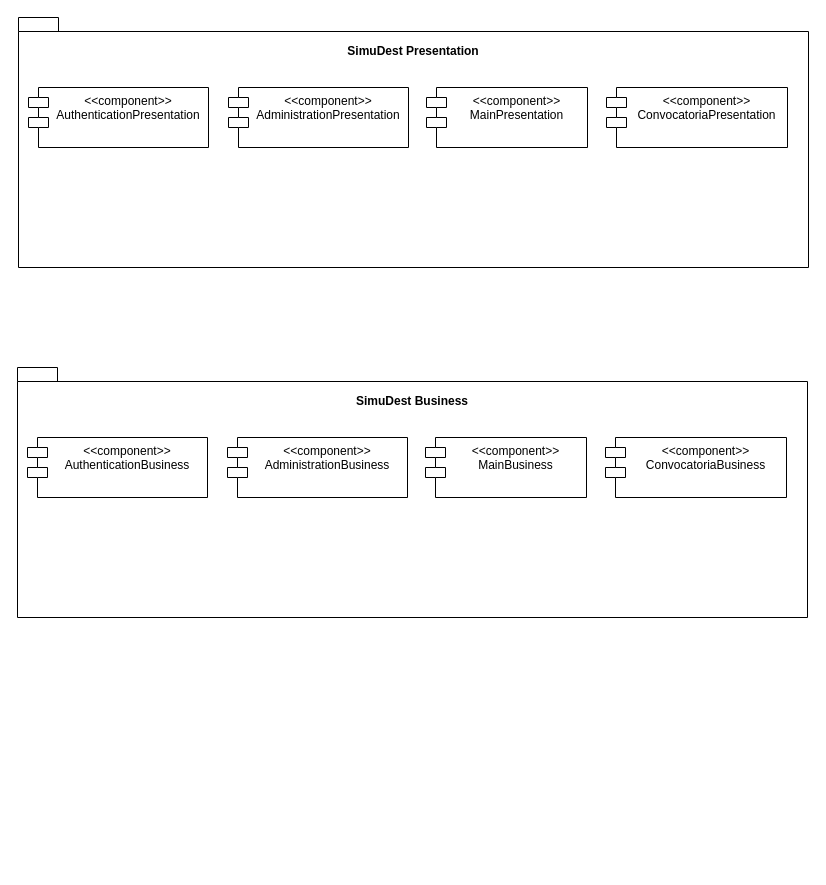
The draw.io diagram diagramas/arquitectura/DiagramaArquitectura.drawio in Castillo82/simuladordestinos, before the edit. Source tidied: cells renumbered, new cells numbered last; positions are measured from the earlier drawing's top-left corner, leaving out a move shared by most shapes. Both pictures are drawn from the tidied source at 100%, with x=0, y=0 at pixel (17, 17).
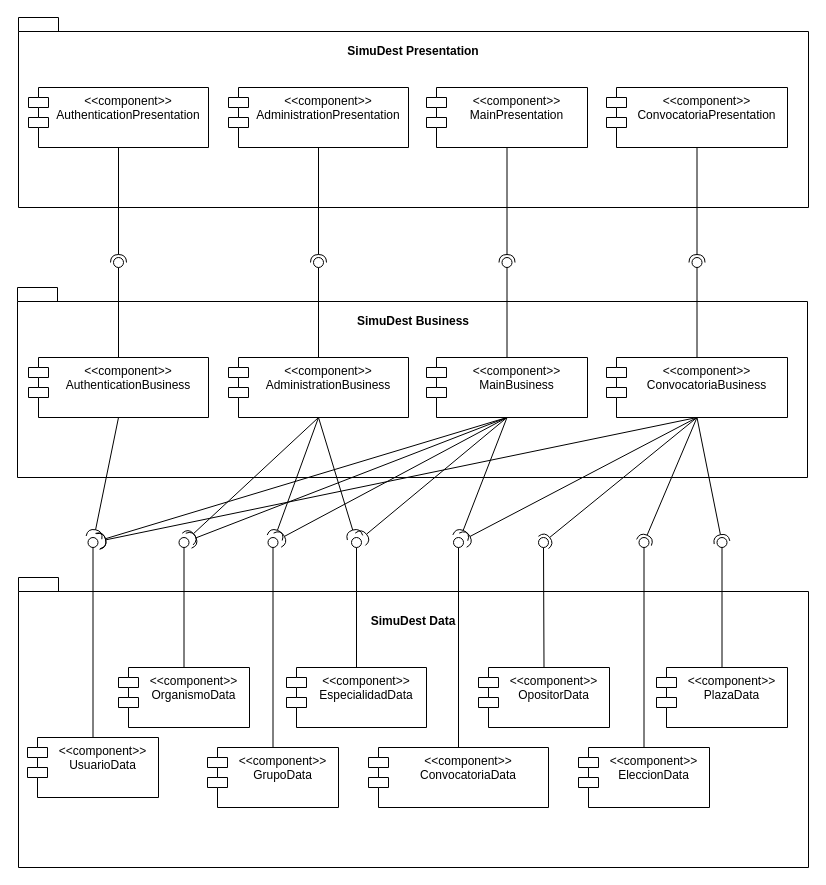
Above is the later version.

The change refers to these unchanged cells:
```xml
<mxCell id="3" value="&lt;&lt;component&gt;&gt;&#10;AuthenticationPresentation&#10;" style="shape=module;align=left;spacingLeft=20;align=center;verticalAlign=top;" parent="1" vertex="1">
  <mxGeometry x="11" y="70" width="180" height="60" as="geometry" />
</mxCell>
<mxCell id="5" value="&lt;&lt;component&gt;&gt;&#10;AdministrationPresentation&#10;" style="shape=module;align=left;spacingLeft=20;align=center;verticalAlign=top;" parent="1" vertex="1">
  <mxGeometry x="211" y="70" width="180" height="60" as="geometry" />
</mxCell>
<mxCell id="6" value="&lt;&lt;component&gt;&gt;&#10;MainPresentation&#10;" style="shape=module;align=left;spacingLeft=20;align=center;verticalAlign=top;" parent="1" vertex="1">
  <mxGeometry x="409" y="70" width="161" height="60" as="geometry" />
</mxCell>
<mxCell id="7" value="&lt;&lt;component&gt;&gt;&#10;ConvocatoriaPresentation&#10;" style="shape=module;align=left;spacingLeft=20;align=center;verticalAlign=top;" parent="1" vertex="1">
  <mxGeometry x="589" y="70" width="181" height="60" as="geometry" />
</mxCell>
```

Diff of the diagram source:
```diff
@@
     <mxCell id="2" value="&lt;div&gt;&lt;br&gt;&lt;/div&gt;&lt;div&gt;&lt;br&gt;&lt;/div&gt;" style="shape=folder;fontStyle=1;spacingTop=10;tabWidth=40;tabHeight=14;tabPosition=left;html=1;" parent="1" vertex="1">
-      <mxGeometry x="1" width="790" height="250" as="geometry" />
+      <mxGeometry x="1" width="790" height="190" as="geometry" />
     </mxCell>
@@
     <mxCell id="8" value="&lt;div&gt;&lt;br&gt;&lt;/div&gt;&lt;div&gt;&lt;br&gt;&lt;/div&gt;" style="shape=folder;fontStyle=1;spacingTop=10;tabWidth=40;tabHeight=14;tabPosition=left;html=1;" parent="1" vertex="1">
-      <mxGeometry y="350" width="790" height="250" as="geometry" />
+      <mxGeometry y="270" width="790" height="190" as="geometry" />
     </mxCell>
     <mxCell id="9" value="&lt;&lt;component&gt;&gt;&#10;AuthenticationBusiness&#10;" style="shape=module;align=left;spacingLeft=20;align=center;verticalAlign=top;" parent="1" vertex="1">
-      <mxGeometry x="10" y="420" width="180" height="60" as="geometry" />
+      <mxGeometry x="11" y="340" width="180" height="60" as="geometry" />
     </mxCell>
     <mxCell id="10" value="SimuDest Business" style="text;align=center;fontStyle=1;verticalAlign=middle;spacingLeft=3;spacingRight=3;strokeColor=none;" parent="1" vertex="1">
-      <mxGeometry x="355" y="370" width="80" height="26" as="geometry" />
+      <mxGeometry x="356" y="290" width="80" height="26" as="geometry" />
     </mxCell>
     <mxCell id="11" value="&lt;&lt;component&gt;&gt;&#10;AdministrationBusiness&#10;" style="shape=module;align=left;spacingLeft=20;align=center;verticalAlign=top;" parent="1" vertex="1">
-      <mxGeometry x="210" y="420" width="180" height="60" as="geometry" />
+      <mxGeometry x="211" y="340" width="180" height="60" as="geometry" />
     </mxCell>
     <mxCell id="12" value="&lt;&lt;component&gt;&gt;&#10;MainBusiness&#10;" style="shape=module;align=left;spacingLeft=20;align=center;verticalAlign=top;" parent="1" vertex="1">
-      <mxGeometry x="408" y="420" width="161" height="60" as="geometry" />
+      <mxGeometry x="409" y="340" width="161" height="60" as="geometry" />
     </mxCell>
     <mxCell id="13" value="&lt;&lt;component&gt;&gt;&#10;ConvocatoriaBusiness&#10;" style="shape=module;align=left;spacingLeft=20;align=center;verticalAlign=top;" parent="1" vertex="1">
-      <mxGeometry x="588" y="420" width="181" height="60" as="geometry" />
+      <mxGeometry x="589" y="340" width="181" height="60" as="geometry" />
     </mxCell>
+    <mxCell id="14" value="&lt;div&gt;&lt;br&gt;&lt;/div&gt;&lt;div&gt;&lt;br&gt;&lt;/div&gt;" style="shape=folder;fontStyle=1;spacingTop=10;tabWidth=40;tabHeight=14;tabPosition=left;html=1;" parent="1" vertex="1">
+      <mxGeometry x="1" y="560" width="790" height="290" as="geometry" />
+    </mxCell>
+    <mxCell id="15" value="&lt;&lt;component&gt;&gt;&#10;ConvocatoriaData&#10;" style="shape=module;align=left;spacingLeft=20;align=center;verticalAlign=top;" parent="1" vertex="1">
+      <mxGeometry x="351" y="730" width="180" height="60" as="geometry" />
+    </mxCell>
+    <mxCell id="16" value="SimuDest Data" style="text;align=center;fontStyle=1;verticalAlign=middle;spacingLeft=3;spacingRight=3;strokeColor=none;" parent="1" vertex="1">
+      <mxGeometry x="356" y="590" width="80" height="26" as="geometry" />
+    </mxCell>
+    <mxCell id="17" value="&lt;&lt;component&gt;&gt;&#10;UsuarioData&#10;" style="shape=module;align=left;spacingLeft=20;align=center;verticalAlign=top;" parent="1" vertex="1">
+      <mxGeometry x="10" y="720" width="131" height="60" as="geometry" />
+    </mxCell>
+    <mxCell id="18" value="&lt;&lt;component&gt;&gt;&#10;GrupoData&#10;" style="shape=module;align=left;spacingLeft=20;align=center;verticalAlign=top;" parent="1" vertex="1">
+      <mxGeometry x="190" y="730" width="131" height="60" as="geometry" />
+    </mxCell>
+    <mxCell id="19" value="&lt;&lt;component&gt;&gt;&#10;OrganismoData&#10;" style="shape=module;align=left;spacingLeft=20;align=center;verticalAlign=top;" parent="1" vertex="1">
+      <mxGeometry x="101" y="650" width="131" height="60" as="geometry" />
+    </mxCell>
+    <mxCell id="20" value="&lt;&lt;component&gt;&gt;&#10;EspecialidadData&#10;" style="shape=module;align=left;spacingLeft=20;align=center;verticalAlign=top;" parent="1" vertex="1">
+      <mxGeometry x="269" y="650" width="140" height="60" as="geometry" />
+    </mxCell>
+    <mxCell id="21" value="&lt;&lt;component&gt;&gt;&#10;OpositorData&#10;" style="shape=module;align=left;spacingLeft=20;align=center;verticalAlign=top;" parent="1" vertex="1">
+      <mxGeometry x="461" y="650" width="131" height="60" as="geometry" />
+    </mxCell>
+    <mxCell id="22" value="&lt;&lt;component&gt;&gt;&#10;EleccionData&#10;" style="shape=module;align=left;spacingLeft=20;align=center;verticalAlign=top;" parent="1" vertex="1">
+      <mxGeometry x="561" y="730" width="131" height="60" as="geometry" />
+    </mxCell>
+    <mxCell id="23" value="&lt;&lt;component&gt;&gt;&#10;PlazaData&#10;" style="shape=module;align=left;spacingLeft=20;align=center;verticalAlign=top;" parent="1" vertex="1">
+      <mxGeometry x="639" y="650" width="131" height="60" as="geometry" />
+    </mxCell>
+    <mxCell id="24" style="rounded=0;jettySize=auto;html=1;endArrow=none;endFill=0;sketch=0;sourcePerimeterSpacing=0;targetPerimeterSpacing=0;exitX=0.5;exitY=0;exitDx=0;exitDy=0;" parent="1" edge="1" source="9" target="26">
+      <mxGeometry relative="1" as="geometry" />
+    </mxCell>
+    <mxCell id="25" style="rounded=0;jettySize=auto;html=1;endArrow=halfCircle;endFill=0;entryX=0.5;entryY=0.5;endSize=6;strokeWidth=1;sketch=0;exitX=0.5;exitY=1;exitDx=0;exitDy=0;" parent="1" edge="1" source="3" target="26">
+      <mxGeometry relative="1" as="geometry" />
+    </mxCell>
+    <mxCell id="26" style="ellipse;whiteSpace=wrap;html=1;align=center;points=[];outlineConnect=0;sketch=0;" parent="1" vertex="1">
+      <mxGeometry x="96" y="240" width="10" height="10" as="geometry" />
+    </mxCell>
+    <mxCell id="27" style="rounded=0;jettySize=auto;html=1;endArrow=none;endFill=0;sketch=0;sourcePerimeterSpacing=0;targetPerimeterSpacing=0;exitX=0.5;exitY=0;exitDx=0;exitDy=0;" parent="1" edge="1" source="11" target="29">
+      <mxGeometry relative="1" as="geometry" />
+    </mxCell>
+    <mxCell id="28" style="rounded=0;jettySize=auto;html=1;endArrow=halfCircle;endFill=0;entryX=0.5;entryY=0.5;endSize=6;strokeWidth=1;sketch=0;exitX=0.5;exitY=1;exitDx=0;exitDy=0;" parent="1" edge="1" source="5" target="29">
+      <mxGeometry relative="1" as="geometry" />
+    </mxCell>
+    <mxCell id="29" style="ellipse;whiteSpace=wrap;html=1;align=center;points=[];outlineConnect=0;sketch=0;" parent="1" vertex="1">
+      <mxGeometry x="296" y="240" width="10" height="10" as="geometry" />
+    </mxCell>
+    <mxCell id="30" style="rounded=0;jettySize=auto;html=1;endArrow=none;endFill=0;sketch=0;sourcePerimeterSpacing=0;targetPerimeterSpacing=0;exitX=0.5;exitY=0;exitDx=0;exitDy=0;" parent="1" edge="1" source="12" target="32">
+      <mxGeometry relative="1" as="geometry" />
+    </mxCell>
+    <mxCell id="31" style="rounded=0;jettySize=auto;html=1;endArrow=halfCircle;endFill=0;entryX=0.5;entryY=0.5;endSize=6;strokeWidth=1;sketch=0;exitX=0.5;exitY=1;exitDx=0;exitDy=0;" parent="1" edge="1" source="6" target="32">
+      <mxGeometry relative="1" as="geometry" />
+    </mxCell>
+    <mxCell id="32" style="ellipse;whiteSpace=wrap;html=1;align=center;points=[];outlineConnect=0;sketch=0;" parent="1" vertex="1">
+      <mxGeometry x="484.5" y="240" width="10" height="10" as="geometry" />
+    </mxCell>
+    <mxCell id="33" style="rounded=0;jettySize=auto;html=1;endArrow=none;endFill=0;sketch=0;sourcePerimeterSpacing=0;targetPerimeterSpacing=0;exitX=0.5;exitY=0;exitDx=0;exitDy=0;" parent="1" edge="1" source="13" target="35">
+      <mxGeometry relative="1" as="geometry" />
+    </mxCell>
+    <mxCell id="34" style="rounded=0;jettySize=auto;html=1;endArrow=halfCircle;endFill=0;entryX=0.5;entryY=0.5;endSize=6;strokeWidth=1;sketch=0;exitX=0.5;exitY=1;exitDx=0;exitDy=0;" parent="1" edge="1" source="7" target="35">
+      <mxGeometry relative="1" as="geometry" />
+    </mxCell>
+    <mxCell id="35" style="ellipse;whiteSpace=wrap;html=1;align=center;points=[];outlineConnect=0;sketch=0;" parent="1" vertex="1">
+      <mxGeometry x="674.5" y="240" width="10" height="10" as="geometry" />
+    </mxCell>
+    <mxCell id="36" style="rounded=0;jettySize=auto;html=1;endArrow=none;endFill=0;sketch=0;sourcePerimeterSpacing=0;targetPerimeterSpacing=0;exitX=0.5;exitY=0;exitDx=0;exitDy=0;" parent="1" edge="1" source="17" target="37">
+      <mxGeometry relative="1" as="geometry" />
+    </mxCell>
+    <mxCell id="37" style="ellipse;whiteSpace=wrap;html=1;align=center;points=[];outlineConnect=0;sketch=0;" parent="1" vertex="1">
+      <mxGeometry x="70.5" y="520" width="10" height="10" as="geometry" />
+    </mxCell>
+    <mxCell id="38" style="rounded=0;jettySize=auto;html=1;endArrow=none;endFill=0;sketch=0;sourcePerimeterSpacing=0;targetPerimeterSpacing=0;exitX=0.5;exitY=0;exitDx=0;exitDy=0;" parent="1" edge="1" source="19" target="40">
+      <mxGeometry relative="1" as="geometry" />
+    </mxCell>
+    <mxCell id="39" style="rounded=0;jettySize=auto;html=1;endArrow=halfCircle;endFill=0;endSize=6;strokeWidth=1;sketch=0;exitX=0.5;exitY=1;exitDx=0;exitDy=0;" parent="1" edge="1" source="11" target="40">
+      <mxGeometry relative="1" as="geometry" />
+    </mxCell>
+    <mxCell id="40" style="ellipse;whiteSpace=wrap;html=1;align=center;points=[];outlineConnect=0;sketch=0;" parent="1" vertex="1">
+      <mxGeometry x="161.5" y="520" width="10" height="10" as="geometry" />
+    </mxCell>
+    <mxCell id="41" style="rounded=0;jettySize=auto;html=1;endArrow=none;endFill=0;sketch=0;sourcePerimeterSpacing=0;targetPerimeterSpacing=0;exitX=0.5;exitY=0;exitDx=0;exitDy=0;" parent="1" edge="1" source="18" target="43">
+      <mxGeometry relative="1" as="geometry" />
+    </mxCell>
+    <mxCell id="42" style="rounded=0;jettySize=auto;html=1;endArrow=halfCircle;endFill=0;endSize=6;strokeWidth=1;sketch=0;exitX=0.5;exitY=1;exitDx=0;exitDy=0;" parent="1" edge="1" source="11" target="43">
+      <mxGeometry relative="1" as="geometry" />
+    </mxCell>
+    <mxCell id="43" style="ellipse;whiteSpace=wrap;html=1;align=center;points=[];outlineConnect=0;sketch=0;" parent="1" vertex="1">
+      <mxGeometry x="250.5" y="520" width="10" height="10" as="geometry" />
+    </mxCell>
+    <mxCell id="44" style="rounded=0;jettySize=auto;html=1;endArrow=none;endFill=0;sketch=0;sourcePerimeterSpacing=0;targetPerimeterSpacing=0;exitX=0.5;exitY=0;exitDx=0;exitDy=0;" parent="1" edge="1" source="20" target="46">
+      <mxGeometry relative="1" as="geometry" />
+    </mxCell>
+    <mxCell id="45" style="rounded=0;jettySize=auto;html=1;endArrow=halfCircle;endFill=0;endSize=6;strokeWidth=1;sketch=0;exitX=0.5;exitY=1;exitDx=0;exitDy=0;" parent="1" edge="1" source="11" target="46">
+      <mxGeometry relative="1" as="geometry" />
+    </mxCell>
+    <mxCell id="46" style="ellipse;whiteSpace=wrap;html=1;align=center;points=[];outlineConnect=0;sketch=0;" parent="1" vertex="1">
+      <mxGeometry x="334" y="520" width="10" height="10" as="geometry" />
+    </mxCell>
+    <mxCell id="47" style="rounded=0;jettySize=auto;html=1;endArrow=none;endFill=0;sketch=0;sourcePerimeterSpacing=0;targetPerimeterSpacing=0;exitX=0.5;exitY=0;exitDx=0;exitDy=0;" parent="1" edge="1" source="15" target="48">
+      <mxGeometry relative="1" as="geometry" />
+    </mxCell>
+    <mxCell id="48" style="ellipse;whiteSpace=wrap;html=1;align=center;points=[];outlineConnect=0;sketch=0;" parent="1" vertex="1">
+      <mxGeometry x="436" y="520" width="10" height="10" as="geometry" />
+    </mxCell>
+    <mxCell id="49" style="rounded=0;jettySize=auto;html=1;endArrow=none;endFill=0;sketch=0;sourcePerimeterSpacing=0;targetPerimeterSpacing=0;exitX=0.5;exitY=0;exitDx=0;exitDy=0;" parent="1" edge="1" source="21" target="51">
+      <mxGeometry relative="1" as="geometry" />
+    </mxCell>
+    <mxCell id="50" style="rounded=0;jettySize=auto;html=1;endArrow=halfCircle;endFill=0;entryX=0.5;entryY=0.5;endSize=6;strokeWidth=1;sketch=0;exitX=0.5;exitY=1;exitDx=0;exitDy=0;" parent="1" edge="1" source="13" target="51">
+      <mxGeometry relative="1" as="geometry" />
+    </mxCell>
+    <mxCell id="51" style="ellipse;whiteSpace=wrap;html=1;align=center;points=[];outlineConnect=0;sketch=0;" parent="1" vertex="1">
+      <mxGeometry x="521" y="520" width="10" height="10" as="geometry" />
+    </mxCell>
+    <mxCell id="52" style="rounded=0;jettySize=auto;html=1;endArrow=none;endFill=0;sketch=0;sourcePerimeterSpacing=0;targetPerimeterSpacing=0;exitX=0.5;exitY=0;exitDx=0;exitDy=0;" parent="1" edge="1" source="22" target="54">
+      <mxGeometry relative="1" as="geometry" />
+    </mxCell>
+    <mxCell id="53" style="rounded=0;jettySize=auto;html=1;endArrow=halfCircle;endFill=0;entryX=0.5;entryY=0.5;endSize=6;strokeWidth=1;sketch=0;exitX=0.5;exitY=1;exitDx=0;exitDy=0;" parent="1" edge="1" source="13" target="54">
+      <mxGeometry relative="1" as="geometry" />
+    </mxCell>
+    <mxCell id="54" style="ellipse;whiteSpace=wrap;html=1;align=center;points=[];outlineConnect=0;sketch=0;" parent="1" vertex="1">
+      <mxGeometry x="621.5" y="520" width="10" height="10" as="geometry" />
+    </mxCell>
+    <mxCell id="55" style="rounded=0;jettySize=auto;html=1;endArrow=none;endFill=0;sketch=0;sourcePerimeterSpacing=0;targetPerimeterSpacing=0;exitX=0.5;exitY=0;exitDx=0;exitDy=0;" parent="1" edge="1" source="23" target="57">
+      <mxGeometry relative="1" as="geometry" />
+    </mxCell>
+    <mxCell id="56" style="rounded=0;jettySize=auto;html=1;endArrow=halfCircle;endFill=0;entryX=0.5;entryY=0.5;endSize=6;strokeWidth=1;sketch=0;exitX=0.5;exitY=1;exitDx=0;exitDy=0;" parent="1" edge="1" source="13" target="57">
+      <mxGeometry relative="1" as="geometry" />
+    </mxCell>
+    <mxCell id="57" style="ellipse;whiteSpace=wrap;html=1;align=center;points=[];outlineConnect=0;sketch=0;" parent="1" vertex="1">
+      <mxGeometry x="699.5" y="520" width="10" height="10" as="geometry" />
+    </mxCell>
+    <mxCell id="58" style="rounded=0;jettySize=auto;html=1;endArrow=halfCircle;endFill=0;endSize=6;strokeWidth=1;sketch=0;exitX=0.5;exitY=1;exitDx=0;exitDy=0;" parent="1" edge="1" source="12" target="48">
+      <mxGeometry relative="1" as="geometry" />
+    </mxCell>
+    <mxCell id="59" style="rounded=0;jettySize=auto;html=1;endArrow=halfCircle;endFill=0;endSize=6;strokeWidth=1;sketch=0;exitX=0.5;exitY=1;exitDx=0;exitDy=0;" parent="1" edge="1" source="12" target="37">
+      <mxGeometry relative="1" as="geometry" />
+    </mxCell>
+    <mxCell id="60" style="rounded=0;jettySize=auto;html=1;endArrow=halfCircle;endFill=0;endSize=6;strokeWidth=1;sketch=0;exitX=0.5;exitY=1;exitDx=0;exitDy=0;" parent="1" edge="1" source="13" target="37">
+      <mxGeometry relative="1" as="geometry" />
+    </mxCell>
+    <mxCell id="61" style="rounded=0;jettySize=auto;html=1;endArrow=halfCircle;endFill=0;endSize=6;strokeWidth=1;sketch=0;exitX=0.5;exitY=1;exitDx=0;exitDy=0;" parent="1" edge="1" target="37">
+      <mxGeometry relative="1" as="geometry">
+        <mxPoint x="101" y="400" as="sourcePoint" />
+      </mxGeometry>
+    </mxCell>
+    <mxCell id="62" style="rounded=0;jettySize=auto;html=1;endArrow=halfCircle;endFill=0;endSize=6;strokeWidth=1;sketch=0;exitX=0.5;exitY=1;exitDx=0;exitDy=0;" parent="1" edge="1" target="48">
+      <mxGeometry relative="1" as="geometry">
+        <mxPoint x="679.5" y="400" as="sourcePoint" />
+      </mxGeometry>
+    </mxCell>
+    <mxCell id="63" style="rounded=0;jettySize=auto;html=1;endArrow=halfCircle;endFill=0;endSize=6;strokeWidth=1;sketch=0;exitX=0.5;exitY=1;exitDx=0;exitDy=0;" parent="1" edge="1" source="12" target="40">
+      <mxGeometry relative="1" as="geometry" />
+    </mxCell>
+    <mxCell id="64" style="rounded=0;jettySize=auto;html=1;endArrow=halfCircle;endFill=0;endSize=6;strokeWidth=1;sketch=0;exitX=0.5;exitY=1;exitDx=0;exitDy=0;" parent="1" edge="1" source="12" target="43">
+      <mxGeometry relative="1" as="geometry" />
+    </mxCell>
+    <mxCell id="65" style="rounded=0;jettySize=auto;html=1;endArrow=halfCircle;endFill=0;endSize=6;strokeWidth=1;sketch=0;exitX=0.5;exitY=1;exitDx=0;exitDy=0;" parent="1" edge="1" source="12" target="46">
+      <mxGeometry relative="1" as="geometry" />
+    </mxCell>
```
